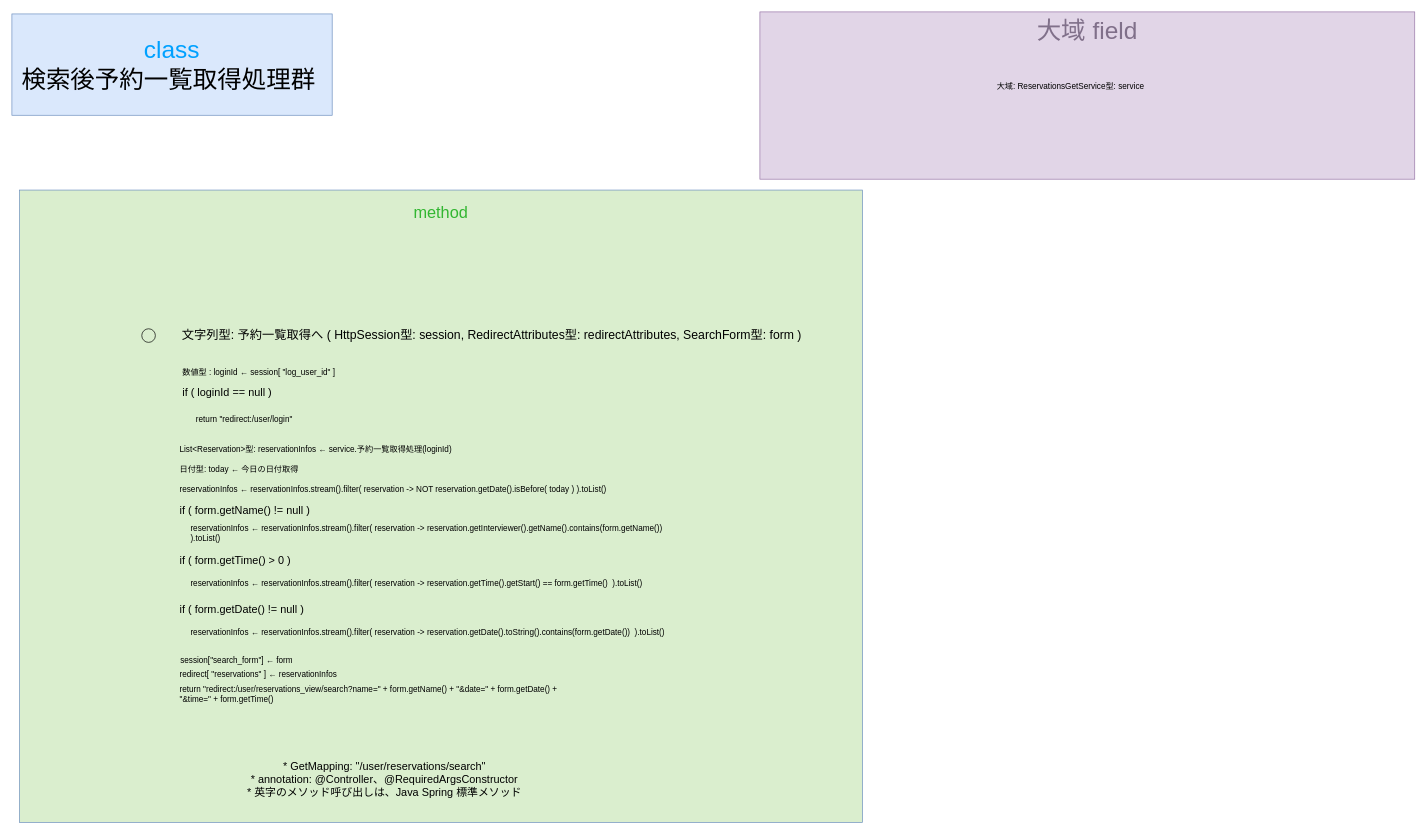
Above: gijigengo/controller/user/meeting_reservation_sys controller_user SearchReservationsGetControllerクラス 疑似言語.drawio in tro319/meeting_reservation_system (draw.io), before the change. Source tidied: cells renumbered, new cells numbered last; positions are measured from the earlier drawing's top-left corner, leaving out a move shared by most shapes. Both pictures are drawn from the tidied source at 68%, with x=0, y=0 at pixel (12, 12).
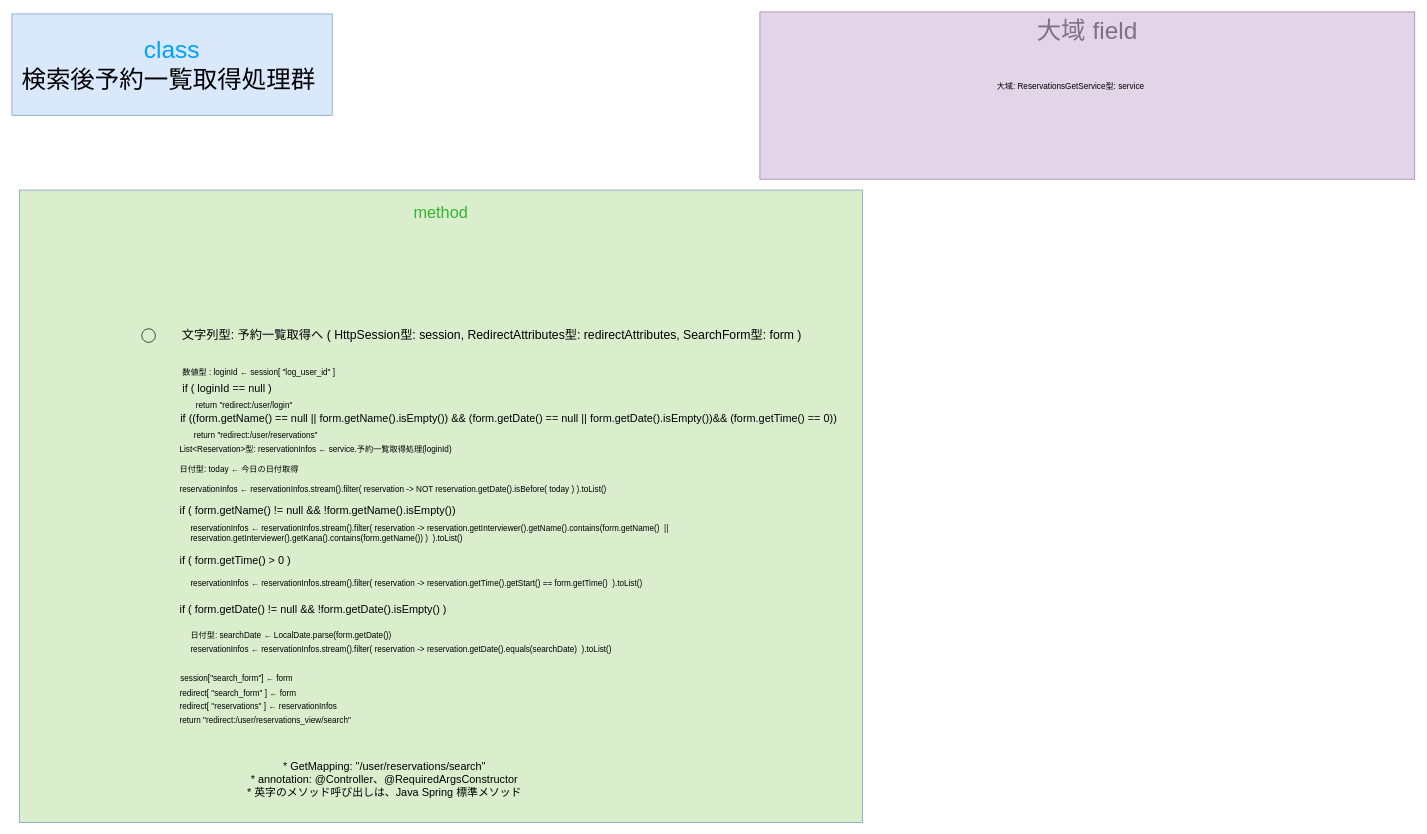
The same diagram, later.

The edit, as a diff of the source:
```diff
@@
     <mxCell id="6" value="&lt;div align=&quot;left&quot;&gt;&lt;span style=&quot;color: rgb(0, 0, 0);&quot;&gt;&lt;font style=&quot;font-size: 16px;&quot;&gt;if ( loginId == null )&amp;nbsp;&lt;/font&gt;&lt;/span&gt;&lt;/div&gt;" style="text;html=1;whiteSpace=wrap;strokeColor=none;fillColor=none;align=left;verticalAlign=middle;rounded=0;" parent="1" vertex="1">
-      <mxGeometry x="249" y="545" width="590" height="30" as="geometry" />
+      <mxGeometry x="249" y="539" width="590" height="30" as="geometry" />
     </mxCell>
     <mxCell id="7" value="return &quot;redirect:/user/login&quot;" style="text;html=1;whiteSpace=wrap;strokeColor=none;fillColor=none;align=left;verticalAlign=middle;rounded=0;" parent="1" vertex="1">
-      <mxGeometry x="269" y="585" width="590" height="30" as="geometry" />
+      <mxGeometry x="269" y="564" width="590" height="30" as="geometry" />
     </mxCell>
-    <mxCell id="8" value="&lt;div align=&quot;left&quot;&gt;&lt;span style=&quot;color: rgb(0, 0, 0);&quot;&gt;&lt;font&gt;redirect[ &quot;reservations&quot; ] ← reservationInfos&lt;/font&gt;&lt;/span&gt;&lt;/div&gt;" style="text;html=1;whiteSpace=wrap;strokeColor=none;fillColor=none;align=left;verticalAlign=middle;rounded=0;fontSize=12;" parent="1" vertex="1">
-      <mxGeometry x="245" y="959" width="590" height="30" as="geometry" />
+    <mxCell id="8" value="&lt;div align=&quot;left&quot;&gt;&lt;span style=&quot;color: rgb(0, 0, 0);&quot;&gt;&lt;font&gt;redirect[ &quot;search_form&quot; ] ← form&lt;/font&gt;&lt;/span&gt;&lt;/div&gt;" style="text;html=1;whiteSpace=wrap;strokeColor=none;fillColor=none;align=left;verticalAlign=middle;rounded=0;fontSize=12;" parent="1" vertex="1">
+      <mxGeometry x="245" y="988" width="590" height="30" as="geometry" />
     </mxCell>
@@
-    <mxCell id="13" value="return &quot;redirect:/user/reservations_view/search?name=&quot; + form.getName() + &quot;&amp;amp;date=&quot; + form.getDate() + &quot;&amp;amp;time=&quot; + form.getTime()" style="text;html=1;whiteSpace=wrap;strokeColor=none;fillColor=none;align=left;verticalAlign=middle;rounded=0;" parent="1" vertex="1">
-      <mxGeometry x="245" y="989" width="590" height="30" as="geometry" />
+    <mxCell id="13" value="return &quot;redirect:/user/reservations_view/search&quot;" style="text;html=1;whiteSpace=wrap;strokeColor=none;fillColor=none;align=left;verticalAlign=middle;rounded=0;" parent="1" vertex="1">
+      <mxGeometry x="245" y="1027" width="590" height="30" as="geometry" />
     </mxCell>
@@
-    <mxCell id="17" value="reservationInfos ← reservationInfos.stream().filter( reservation -&amp;gt; reservation.getInterviewer().getName().contains(form.getName())&amp;nbsp; ).toList()" style="text;html=1;whiteSpace=wrap;strokeColor=none;fillColor=none;align=left;verticalAlign=middle;rounded=0;" parent="1" vertex="1">
+    <mxCell id="17" value="reservationInfos ← reservationInfos.stream().filter( reservation -&amp;gt; reservation.getInterviewer().getName().contains(form.getName()&amp;nbsp; || reservation.getInterviewer().getKana().contains(form.getName()) )&amp;nbsp; ).toList()" style="text;html=1;whiteSpace=wrap;strokeColor=none;fillColor=none;align=left;verticalAlign=middle;rounded=0;" parent="1" vertex="1">
       <mxGeometry x="261" y="752" width="706" height="30" as="geometry" />
     </mxCell>
-    <mxCell id="18" value="&lt;div align=&quot;left&quot;&gt;&lt;span style=&quot;color: rgb(0, 0, 0);&quot;&gt;&lt;font style=&quot;font-size: 16px;&quot;&gt;if ( form.getName() != null )&amp;nbsp;&lt;/font&gt;&lt;/span&gt;&lt;/div&gt;" style="text;html=1;whiteSpace=wrap;strokeColor=none;fillColor=none;align=left;verticalAlign=middle;rounded=0;" parent="1" vertex="1">
+    <mxCell id="18" value="&lt;div align=&quot;left&quot;&gt;&lt;span style=&quot;color: rgb(0, 0, 0);&quot;&gt;&lt;font style=&quot;font-size: 16px;&quot;&gt;if (&lt;/font&gt;&lt;/span&gt;&lt;span style=&quot;color: rgb(0, 0, 0);&quot;&gt;&lt;font style=&quot;font-size: 16px;&quot;&gt;&amp;nbsp;&lt;/font&gt;&lt;/span&gt;&lt;span style=&quot;color: rgb(0, 0, 0);&quot;&gt;&lt;font style=&quot;font-size: 16px;&quot;&gt;form.getName() != null &amp;amp;&amp;amp; !form.getName().isEmpty())&amp;nbsp;&lt;/font&gt;&lt;/span&gt;&lt;/div&gt;" style="text;html=1;whiteSpace=wrap;strokeColor=none;fillColor=none;align=left;verticalAlign=middle;rounded=0;" parent="1" vertex="1">
       <mxGeometry x="245" y="718" width="590" height="30" as="geometry" />
     </mxCell>
@@
-    <mxCell id="21" value="&lt;div align=&quot;left&quot;&gt;&lt;span style=&quot;color: rgb(0, 0, 0);&quot;&gt;&lt;font style=&quot;font-size: 16px;&quot;&gt;if ( form.getDate() != null )&amp;nbsp;&lt;/font&gt;&lt;/span&gt;&lt;/div&gt;" style="text;html=1;whiteSpace=wrap;strokeColor=none;fillColor=none;align=left;verticalAlign=middle;rounded=0;" parent="1" vertex="1">
+    <mxCell id="21" value="&lt;div align=&quot;left&quot;&gt;&lt;span style=&quot;color: rgb(0, 0, 0);&quot;&gt;&lt;font style=&quot;font-size: 16px;&quot;&gt;if ( &lt;/font&gt;&lt;/span&gt;&lt;span style=&quot;color: rgb(0, 0, 0);&quot;&gt;&lt;font style=&quot;font-size: 16px;&quot;&gt;form.getDate() != null &amp;amp;&amp;amp; !form.getDate().isEmpty() )&amp;nbsp;&lt;/font&gt;&lt;/span&gt;&lt;/div&gt;" style="text;html=1;whiteSpace=wrap;strokeColor=none;fillColor=none;align=left;verticalAlign=middle;rounded=0;" parent="1" vertex="1">
       <mxGeometry x="245" y="864" width="590" height="30" as="geometry" />
     </mxCell>
-    <mxCell id="22" value="reservationInfos ← reservationInfos.stream().filter( reservation -&amp;gt; reservation.getDate().toString().contains(form.getDate())&amp;nbsp; ).toList()" style="text;html=1;whiteSpace=wrap;strokeColor=none;fillColor=none;align=left;verticalAlign=middle;rounded=0;" parent="1" vertex="1">
-      <mxGeometry x="261" y="898" width="706" height="30" as="geometry" />
+    <mxCell id="22" value="reservationInfos ← reservationInfos.stream().filter( reservation -&amp;gt; reservation.getDate().equals(searchDate)&amp;nbsp; ).toList()" style="text;html=1;whiteSpace=wrap;strokeColor=none;fillColor=none;align=left;verticalAlign=middle;rounded=0;" parent="1" vertex="1">
+      <mxGeometry x="261" y="923" width="706" height="30" as="geometry" />
     </mxCell>
     <mxCell id="23" value="session[&quot;search_form&quot;] ← form&amp;nbsp;" style="text;html=1;whiteSpace=wrap;strokeColor=none;fillColor=none;align=left;verticalAlign=middle;rounded=0;fontSize=12;" parent="1" vertex="1">
-      <mxGeometry x="246" y="939" width="590" height="30" as="geometry" />
+      <mxGeometry x="246" y="965" width="590" height="30" as="geometry" />
     </mxCell>
+    <mxCell id="24" value="&lt;div align=&quot;left&quot;&gt;&lt;span style=&quot;color: rgb(0, 0, 0);&quot;&gt;&lt;font&gt;redirect[ &quot;reservations&quot; ] ← reservationInfos&lt;/font&gt;&lt;/span&gt;&lt;/div&gt;" style="text;html=1;whiteSpace=wrap;strokeColor=none;fillColor=none;align=left;verticalAlign=middle;rounded=0;fontSize=12;" parent="1" vertex="1">
+      <mxGeometry x="245" y="1007" width="590" height="30" as="geometry" />
+    </mxCell>
+    <mxCell id="25" value="&lt;div align=&quot;left&quot;&gt;&lt;p&gt;&lt;font style=&quot;font-size: 16px;&quot;&gt;if ((form.getName() == null || form.getName().isEmpty()) &amp;amp;&amp;amp; (form.getDate() == null || form.getDate().isEmpty())&amp;amp;&amp;amp; (form.getTime() == 0)) &lt;/font&gt;&lt;/p&gt;&lt;/div&gt;" style="text;html=1;whiteSpace=wrap;strokeColor=none;fillColor=none;align=left;verticalAlign=middle;rounded=0;" parent="1" vertex="1">
+      <mxGeometry x="246" y="583" width="975" height="30" as="geometry" />
+    </mxCell>
+    <mxCell id="26" value="return &quot;redirect:/user/reservations&quot;" style="text;html=1;whiteSpace=wrap;strokeColor=none;fillColor=none;align=left;verticalAlign=middle;rounded=0;" parent="1" vertex="1">
+      <mxGeometry x="266" y="608" width="590" height="30" as="geometry" />
+    </mxCell>
+    <mxCell id="27" value="日付型: searchDate ← LocalDate.parse(form.getDate())" style="text;html=1;whiteSpace=wrap;strokeColor=none;fillColor=none;align=left;verticalAlign=middle;rounded=0;" parent="1" vertex="1">
+      <mxGeometry x="261" y="902" width="706" height="30" as="geometry" />
+    </mxCell>
```
